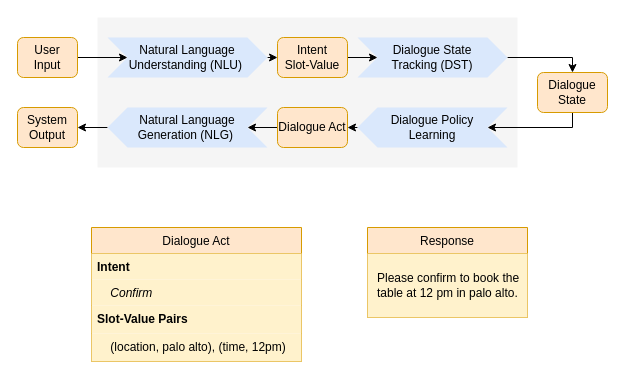
This is img/cl nlg.drawio from kzCassie/CL-NLG, a draw.io file, before an edit. Source tidied: cells renumbered, new cells numbered last; positions are measured from the earlier drawing's top-left corner, leaving out a move shared by most shapes. Both pictures are drawn from the tidied source at 100%, with x=0, y=0 at pixel (17, 17).
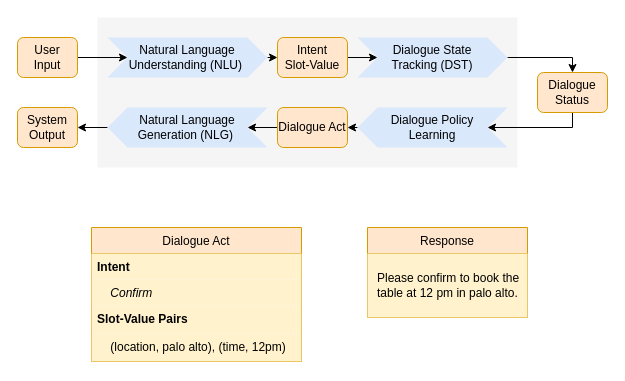
The same diagram, later.

Change to the diagram source:
```diff
@@
-    <mxCell id="19" value="Dialogue State" style="rounded=1;whiteSpace=wrap;html=1;fontSize=12;glass=0;strokeWidth=1;shadow=0;fillColor=#ffe6cc;strokeColor=#d79b00;" parent="1" vertex="1">
+    <mxCell id="19" value="Dialogue Status" style="rounded=1;whiteSpace=wrap;html=1;fontSize=12;glass=0;strokeWidth=1;shadow=0;fillColor=#ffe6cc;strokeColor=#d79b00;" parent="1" vertex="1">
       <mxGeometry x="520" y="55" width="70" height="40" as="geometry" />
     </mxCell>
```
